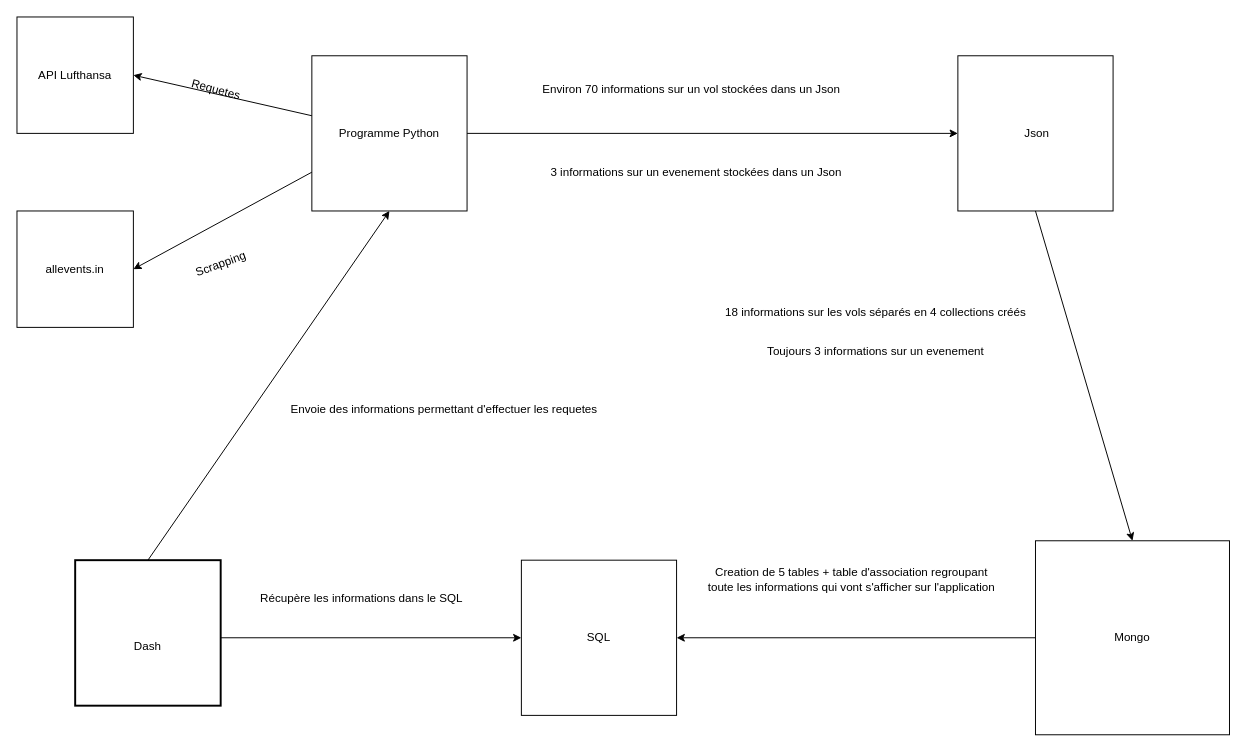
This is Diagram_DST.drawio from xzo75017/project_airlines, a draw.io file, before an edit. Source tidied: cells renumbered, new cells numbered last; positions are measured from the earlier drawing's top-left corner, leaving out a move shared by most shapes. Both pictures are drawn from the tidied source at 97%, with x=0, y=0 at pixel (16, 16).
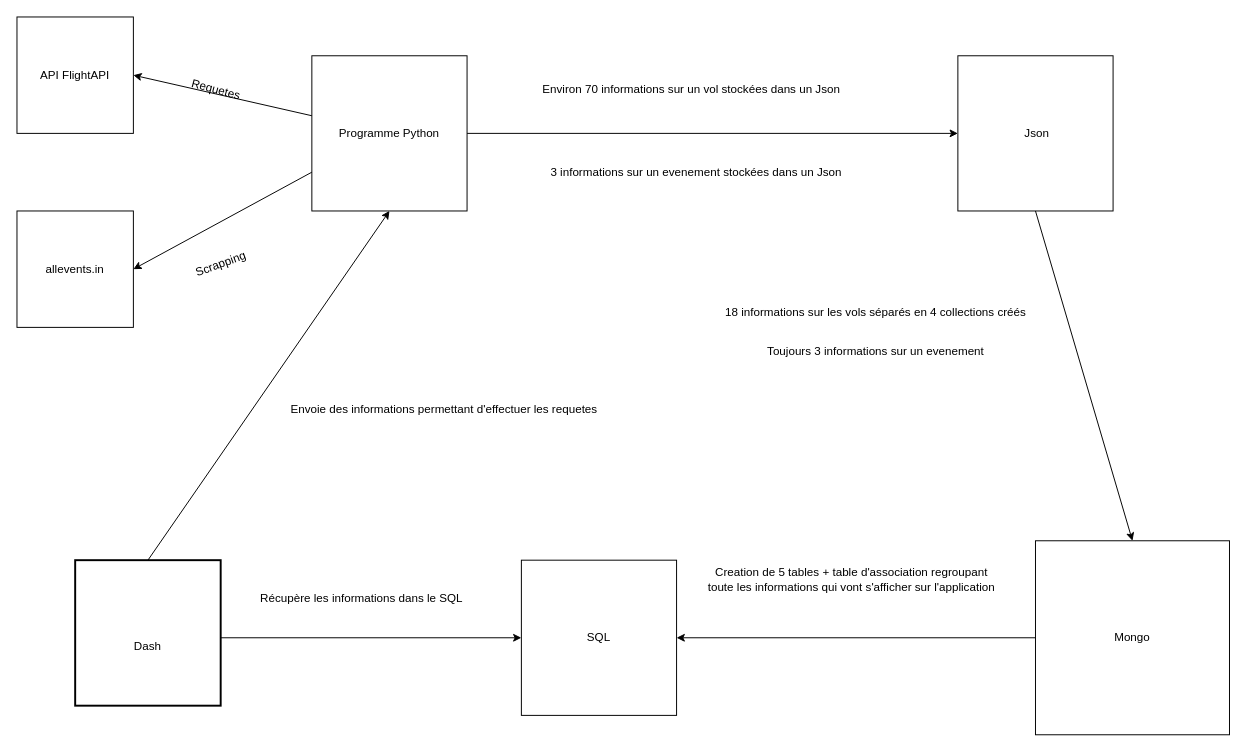
After the change.

What changed in the source:
```diff
@@
-    <mxCell id="2" value="API Lufthansa" style="whiteSpace=wrap;html=1;" parent="1" vertex="1">
+    <mxCell id="2" value="API FlightAPI" style="whiteSpace=wrap;html=1;" parent="1" vertex="1">
       <mxGeometry width="120" height="120" as="geometry" />
     </mxCell>
```
